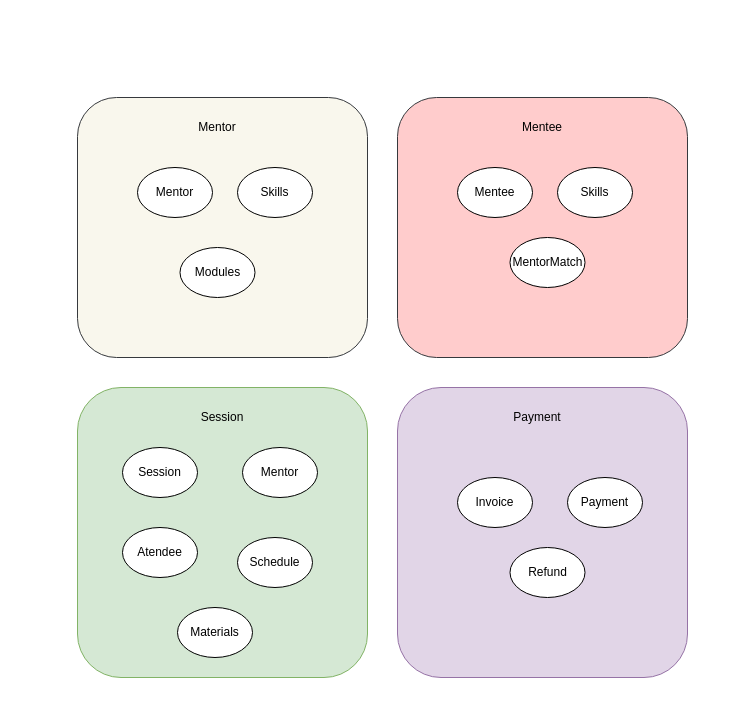
Earlier version of the draw.io diagram page "Domain Model" (1 of 6) of cloudskwela2021/drawings.drawio (marilag/talks). Source tidied: cells renumbered, new cells numbered last; positions are measured from the earlier drawing's top-left corner, leaving out a move shared by most shapes. Both pictures are drawn from the tidied source at 100%, with x=0, y=0 at pixel (77, 97).
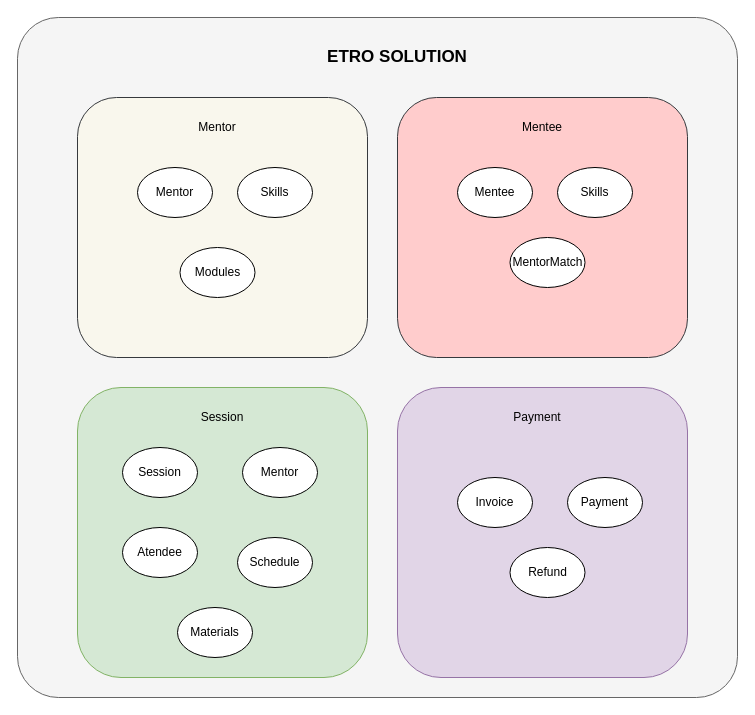
The same page after the edit.

Commit message:
update drawings and slides

Diff of the diagram source:
```diff
@@
+    <mxCell id="24" style="rounded=1;whiteSpace=wrap;html=1;labelBackgroundColor=none;fontSize=17;fillColor=#f5f5f5;verticalAlign=middle;arcSize=6;strokeColor=#666666;fontColor=#333333;" parent="1" vertex="1">
+      <mxGeometry x="-60" y="-80" width="720" height="680" as="geometry" />
+    </mxCell>
@@
+    <mxCell id="25" value="ETRO SOLUTION" style="text;html=1;strokeColor=none;fillColor=none;align=center;verticalAlign=middle;whiteSpace=wrap;rounded=0;labelBackgroundColor=none;fontSize=17;fontStyle=1;" parent="1" vertex="1">
+      <mxGeometry x="210" y="-50" width="220" height="20" as="geometry" />
+    </mxCell>
```
